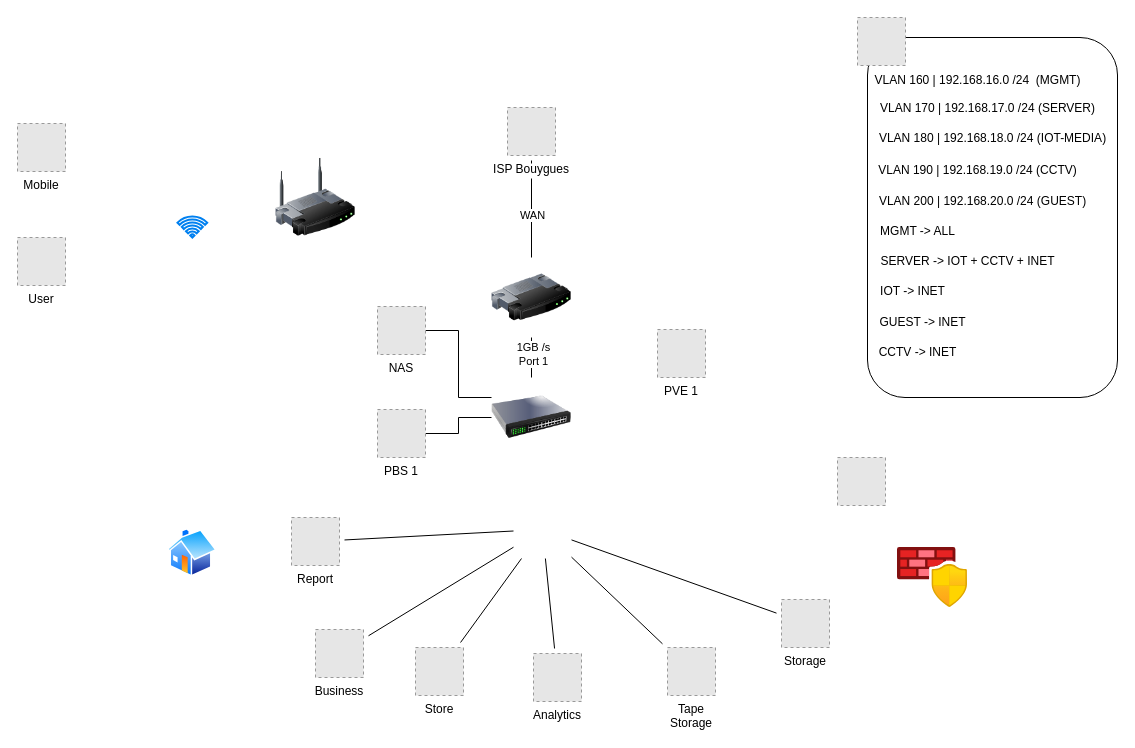
Above: Diagramme sans nom.drawio in M0okz/HomeZer (draw.io), before the change. Source tidied: cells renumbered, new cells numbered last; positions are measured from the earlier drawing's top-left corner, leaving out a move shared by most shapes. Both pictures are drawn from the tidied source at 100%, with x=0, y=0 at pixel (17, 17). Pictures stored in the file or linked from it are replaced by grey dashed boxes.
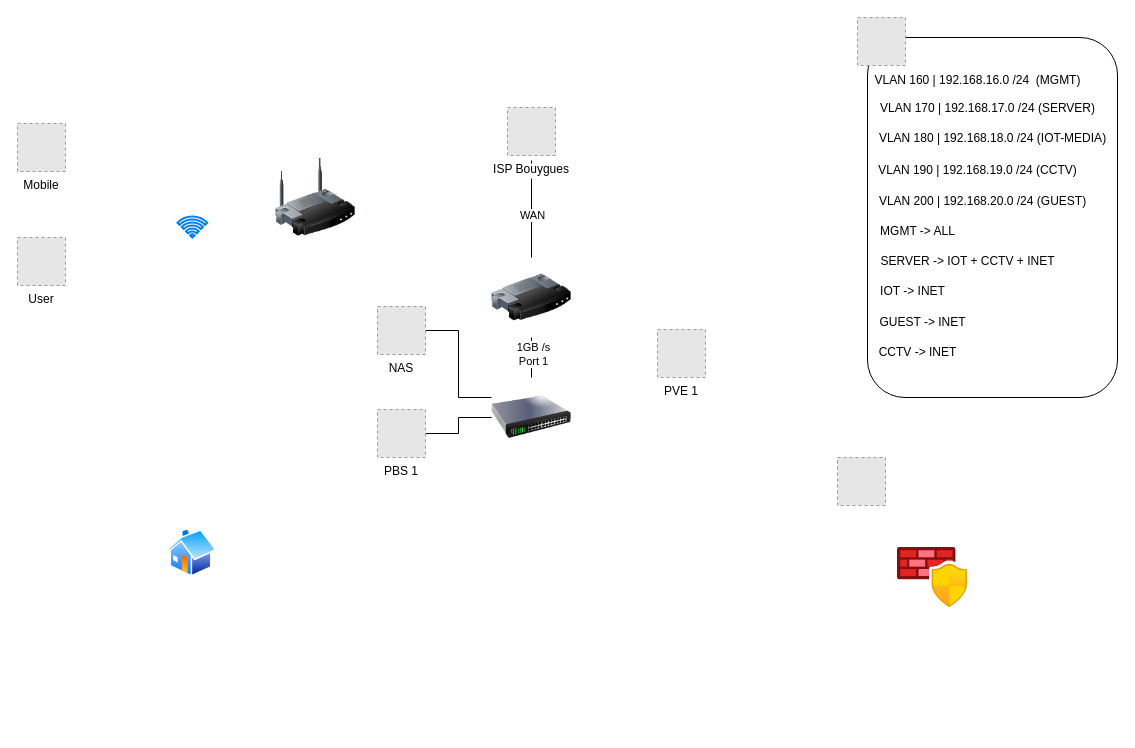
Above is the later version.

Commit message:
Mettre à jour Diagramme sans nom.drawio

Diff of the diagram source:
```diff
@@
-    <mxCell id="5" style="edgeStyle=none;rounded=0;jettySize=auto;html=1;sourcePerimeterSpacing=5;endArrow=none;endFill=0;targetPerimeterSpacing=5;" parent="1" edge="1" target="14">
-      <mxGeometry relative="1" as="geometry">
-        <mxPoint x="496" y="513.5" as="sourcePoint" />
-      </mxGeometry>
-    </mxCell>
-    <mxCell id="6" style="edgeStyle=none;rounded=0;jettySize=auto;html=1;sourcePerimeterSpacing=5;endArrow=none;endFill=0;targetPerimeterSpacing=5;" parent="1" edge="1" target="13">
-      <mxGeometry relative="1" as="geometry">
-        <mxPoint x="496" y="529.7" as="sourcePoint" />
-      </mxGeometry>
-    </mxCell>
-    <mxCell id="7" style="edgeStyle=none;rounded=0;jettySize=auto;html=1;sourcePerimeterSpacing=5;endArrow=none;endFill=0;targetPerimeterSpacing=5;" parent="1" edge="1" target="18">
-      <mxGeometry relative="1" as="geometry">
-        <mxPoint x="504" y="541" as="sourcePoint" />
-      </mxGeometry>
-    </mxCell>
-    <mxCell id="8" style="edgeStyle=none;rounded=0;jettySize=auto;html=1;sourcePerimeterSpacing=5;endArrow=none;endFill=0;targetPerimeterSpacing=5;" parent="1" edge="1" target="17">
-      <mxGeometry relative="1" as="geometry">
-        <mxPoint x="527.9" y="541" as="sourcePoint" />
-      </mxGeometry>
-    </mxCell>
-    <mxCell id="9" style="edgeStyle=none;rounded=0;jettySize=auto;html=1;sourcePerimeterSpacing=5;endArrow=none;endFill=0;targetPerimeterSpacing=5;" parent="1" edge="1" target="11">
-      <mxGeometry relative="1" as="geometry">
-        <mxPoint x="554" y="539.6" as="sourcePoint" />
-      </mxGeometry>
-    </mxCell>
-    <mxCell id="10" style="edgeStyle=none;rounded=0;jettySize=auto;html=1;sourcePerimeterSpacing=5;endArrow=none;endFill=0;targetPerimeterSpacing=5;" parent="1" edge="1" target="15">
-      <mxGeometry relative="1" as="geometry">
-        <mxPoint x="554" y="522.4" as="sourcePoint" />
-      </mxGeometry>
-    </mxCell>
-    <mxCell id="11" value="Tape&#10;Storage" style="fillColor=#E6E6E6;strokeColor=#999999;dashed=1;verticalLabelPosition=bottom;verticalAlign=top;labelBackgroundColor=#ffffff;" parent="1" vertex="1">
-      <mxGeometry x="650" y="630" width="48" height="48" as="geometry" />
-    </mxCell>
@@
-    <mxCell id="13" value="Business" style="fillColor=#E6E6E6;strokeColor=#999999;dashed=1;verticalLabelPosition=bottom;verticalAlign=top;labelBackgroundColor=#ffffff;" parent="1" vertex="1">
-      <mxGeometry x="298" y="612" width="48" height="48" as="geometry" />
-    </mxCell>
-    <mxCell id="14" value="Report" style="fillColor=#E6E6E6;strokeColor=#999999;dashed=1;verticalLabelPosition=bottom;verticalAlign=top;labelBackgroundColor=#ffffff;" parent="1" vertex="1">
-      <mxGeometry x="274" y="500" width="48" height="48" as="geometry" />
-    </mxCell>
-    <mxCell id="15" value="Storage" style="fillColor=#E6E6E6;strokeColor=#999999;dashed=1;verticalLabelPosition=bottom;verticalAlign=top;labelBackgroundColor=#ffffff;" parent="1" vertex="1">
-      <mxGeometry x="764" y="582" width="48" height="48" as="geometry" />
-    </mxCell>
@@
-    <mxCell id="17" value="Analytics" style="fillColor=#E6E6E6;strokeColor=#999999;dashed=1;verticalLabelPosition=bottom;verticalAlign=top;labelBackgroundColor=#ffffff;" parent="1" vertex="1">
-      <mxGeometry x="516" y="636" width="48" height="48" as="geometry" />
-    </mxCell>
-    <mxCell id="18" value="Store" style="fillColor=#E6E6E6;strokeColor=#999999;dashed=1;verticalLabelPosition=bottom;verticalAlign=top;labelBackgroundColor=#ffffff;" parent="1" vertex="1">
-      <mxGeometry x="398" y="630" width="48" height="48" as="geometry" />
-    </mxCell>
```
